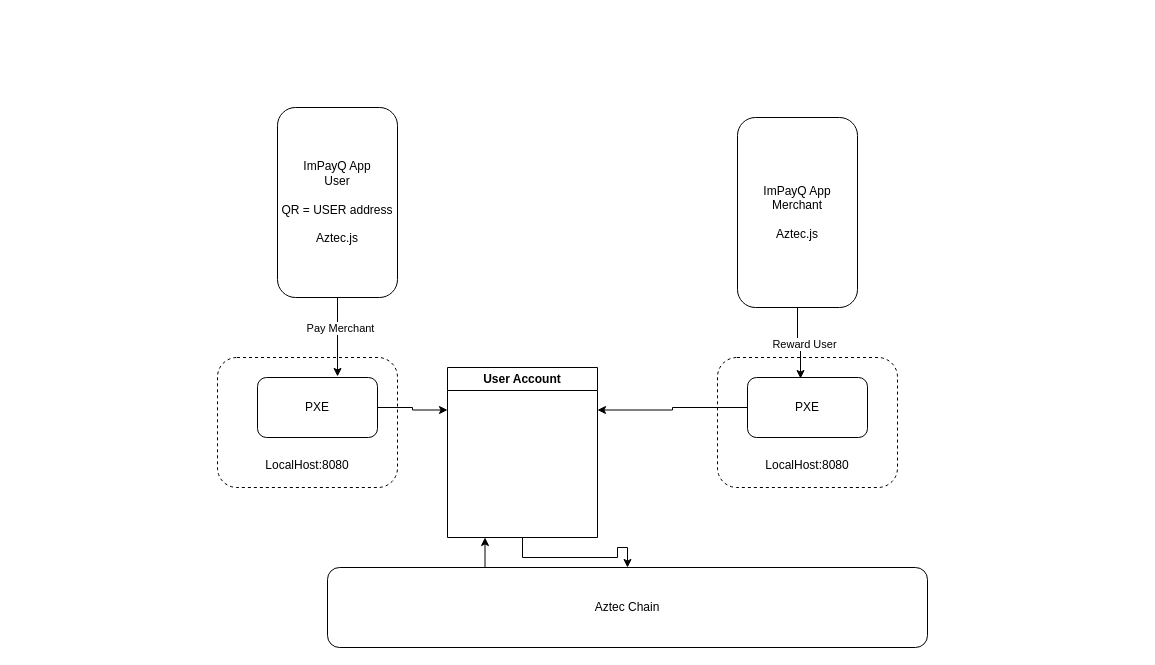
This is ImPayQ.drawio from ChanX21/Diagrams, a draw.io file, before an edit. Source tidied: cells renumbered, new cells numbered last; positions are measured from the earlier drawing's top-left corner, leaving out a move shared by most shapes. Both pictures are drawn from the tidied source at 100%, with x=0, y=0 at pixel (217, 107).
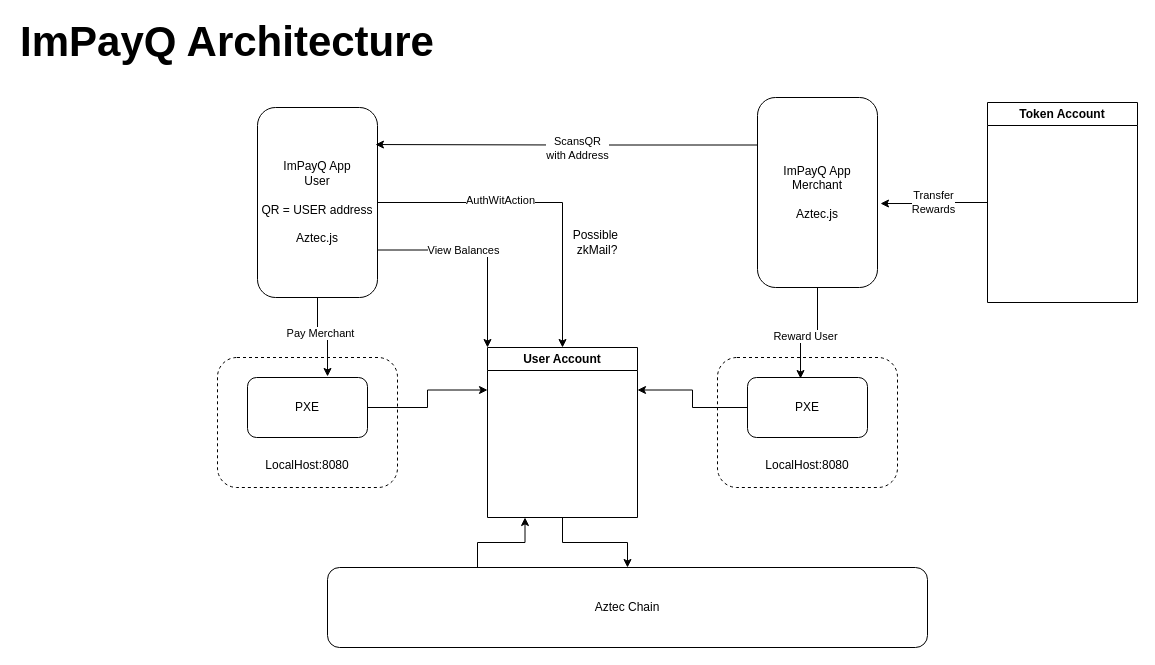
After the change.

The edit, as a diff of the source:
```diff
@@
+    <mxCell id="18" style="edgeStyle=orthogonalEdgeStyle;rounded=0;jettySize=auto;html=1;exitX=1;exitY=0.75;exitDx=0;exitDy=0;entryX=0;entryY=0;entryDx=0;entryDy=0;" parent="1" edge="1" source="4" target="9">
+      <mxGeometry relative="1" as="geometry" />
+    </mxCell>
+    <mxCell id="19" value="View Balances" style="edgeLabel;html=1;align=center;verticalAlign=middle;" parent="18" vertex="1">
+      <mxGeometry x="-0.18" y="1" relative="1" as="geometry">
+        <mxPoint y="1" as="offset" />
+      </mxGeometry>
+    </mxCell>
     <mxCell id="4" value="ImPayQ App&lt;div&gt;User&lt;br&gt;&lt;/div&gt;&lt;div&gt;&lt;br&gt;&lt;/div&gt;&lt;div&gt;QR = USER address&lt;/div&gt;&lt;div&gt;&lt;br&gt;&lt;/div&gt;&lt;div&gt;Aztec.js&lt;/div&gt;" style="rounded=1;whiteSpace=wrap;html=1;" parent="1" vertex="1">
-      <mxGeometry x="60" width="120" height="190" as="geometry" />
+      <mxGeometry x="40" width="120" height="190" as="geometry" />
     </mxCell>
+    <mxCell id="20" style="edgeStyle=orthogonalEdgeStyle;rounded=0;jettySize=auto;html=1;exitX=1;exitY=0.5;exitDx=0;exitDy=0;" parent="1" edge="1" source="4" target="9">
+      <mxGeometry relative="1" as="geometry" />
+    </mxCell>
+    <mxCell id="21" value="AuthWitAction" style="edgeLabel;html=1;align=center;verticalAlign=middle;" parent="20" vertex="1">
+      <mxGeometry x="-0.26" y="3" relative="1" as="geometry" />
+    </mxCell>
     <mxCell id="5" value="ImPayQ App&lt;div&gt;Merchant&lt;/div&gt;&lt;div&gt;&lt;br&gt;&lt;/div&gt;&lt;div&gt;Aztec.js&lt;/div&gt;" style="rounded=1;whiteSpace=wrap;html=1;" parent="1" vertex="1">
-      <mxGeometry x="520" y="10" width="120" height="190" as="geometry" />
+      <mxGeometry x="540" y="-10" width="120" height="190" as="geometry" />
     </mxCell>
@@
     <mxCell id="9" value="User Account" style="swimlane;whiteSpace=wrap;html=1;" parent="1" vertex="1">
-      <mxGeometry x="230" y="260" width="150" height="170" as="geometry" />
+      <mxGeometry x="270" y="240" width="150" height="170" as="geometry" />
     </mxCell>
@@
     <mxCell id="11" value="PXE" style="rounded=1;whiteSpace=wrap;html=1;" parent="1" vertex="1">
-      <mxGeometry x="40" y="270" width="120" height="60" as="geometry" />
+      <mxGeometry x="30" y="270" width="120" height="60" as="geometry" />
     </mxCell>
@@
+    <mxCell id="22" style="edgeStyle=orthogonalEdgeStyle;rounded=0;jettySize=auto;html=1;exitX=0;exitY=0.25;exitDx=0;exitDy=0;entryX=0.983;entryY=0.195;entryDx=0;entryDy=0;entryPerimeter=0;" parent="1" edge="1" source="5" target="4">
+      <mxGeometry relative="1" as="geometry" />
+    </mxCell>
+    <mxCell id="23" value="ScansQR&lt;div&gt;with Address&lt;/div&gt;" style="edgeLabel;html=1;align=center;verticalAlign=middle;" parent="22" vertex="1">
+      <mxGeometry x="-0.05" y="4" relative="1" as="geometry">
+        <mxPoint x="1" y="-1" as="offset" />
+      </mxGeometry>
+    </mxCell>
+    <mxCell id="24" value="Token Account" style="swimlane;whiteSpace=wrap;html=1;" parent="1" vertex="1">
+      <mxGeometry x="770" y="-5" width="150" height="200" as="geometry" />
+    </mxCell>
+    <mxCell id="25" value="Transfer&lt;div&gt;Rewards&lt;/div&gt;" style="edgeStyle=orthogonalEdgeStyle;rounded=0;jettySize=auto;html=1;exitX=0;exitY=0.5;exitDx=0;exitDy=0;entryX=1.025;entryY=0.558;entryDx=0;entryDy=0;entryPerimeter=0;" parent="1" edge="1" source="24" target="5">
+      <mxGeometry relative="1" as="geometry" />
+    </mxCell>
+    <mxCell id="26" value="ImPayQ Architecture" style="text;html=1;align=center;verticalAlign=middle;whiteSpace=wrap;rounded=0;fontSize=42;fontStyle=1;" parent="1" vertex="1">
+      <mxGeometry x="-200" y="-80" width="420" height="30" as="geometry" />
+    </mxCell>
+    <mxCell id="27" value="&lt;span style=&quot;&quot;&gt;Possible&amp;nbsp;&lt;/span&gt;&lt;div&gt;&lt;span style=&quot;&quot;&gt;zkMail?&lt;/span&gt;&lt;/div&gt;" style="text;html=1;align=center;verticalAlign=middle;whiteSpace=wrap;rounded=0;fontColor=light-dark(#000000,#FFD966);" parent="1" vertex="1">
+      <mxGeometry x="350" y="120" width="60" height="30" as="geometry" />
+    </mxCell>
```
